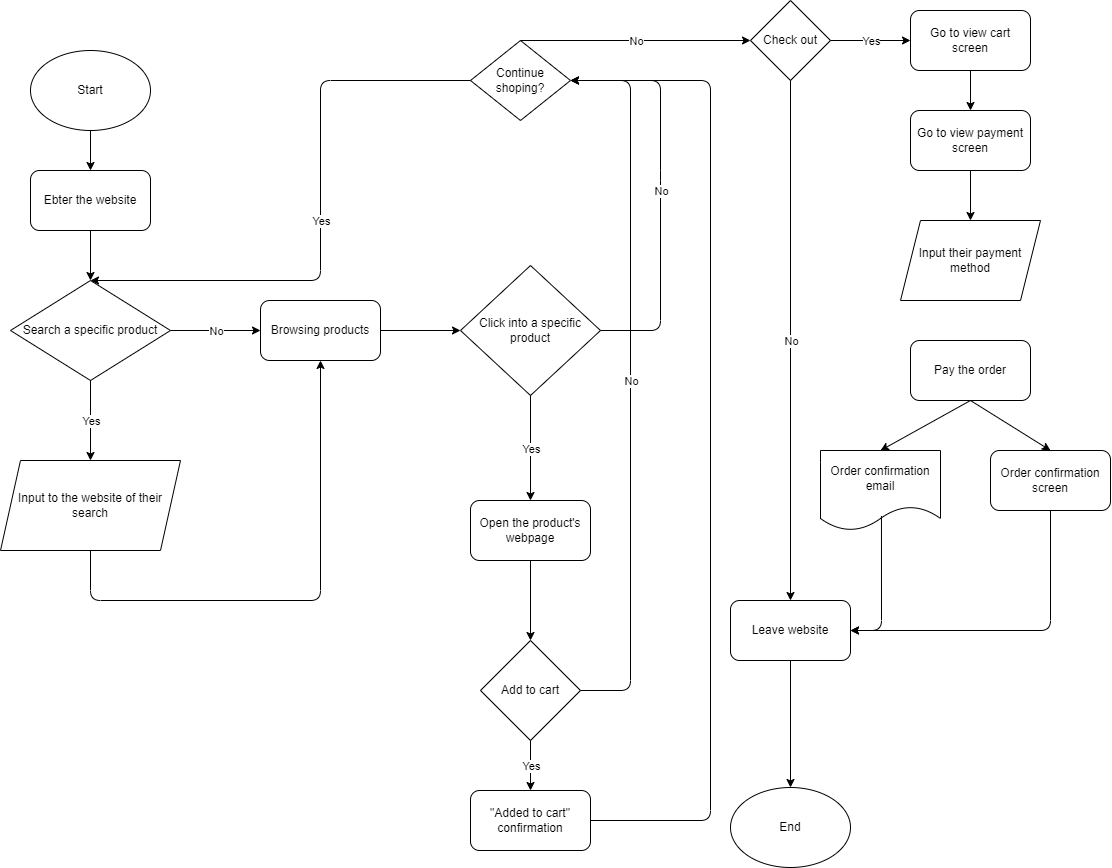
This is explore/diagramming/diagram.drawio.png from number000000/fa22-cse110-lab4, a draw.io export, as it was before one commit. Source tidied: cells renumbered, new cells last; positions are measured from the earlier drawing's top-left corner, leaving out a move shared by most shapes.
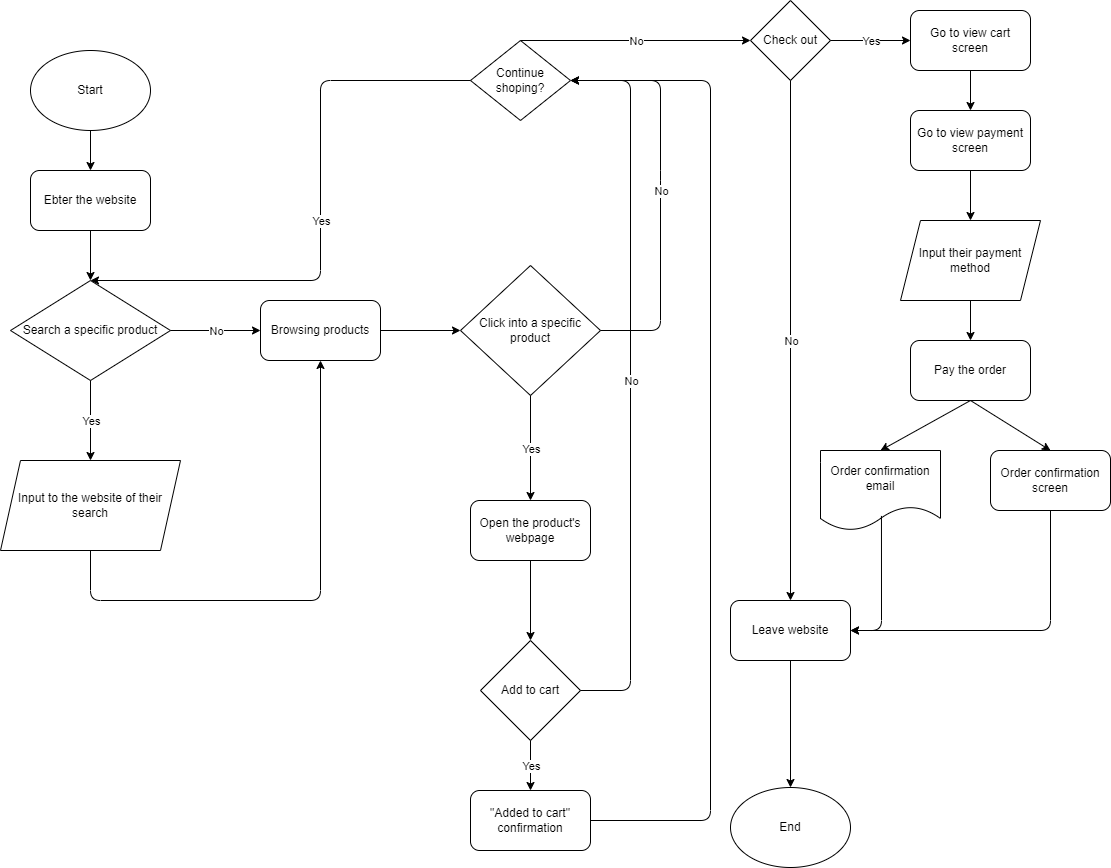
Later version of the same file.

Commit message:
update the missing arrow

What changed in the source:
```diff
@@ -192,5 +192,8 @@
         </Array>
       </mxGeometry>
     </mxCell>
+    <mxCell id="54" style="endArrow=classic;html=1;exitX=0.5;exitY=1;exitDx=0;exitDy=0;" parent="1" edge="1" source="45" target="47">
+      <mxGeometry relative="1" as="geometry" />
+    </mxCell>
   </root>
 </mxGraphModel>
```
